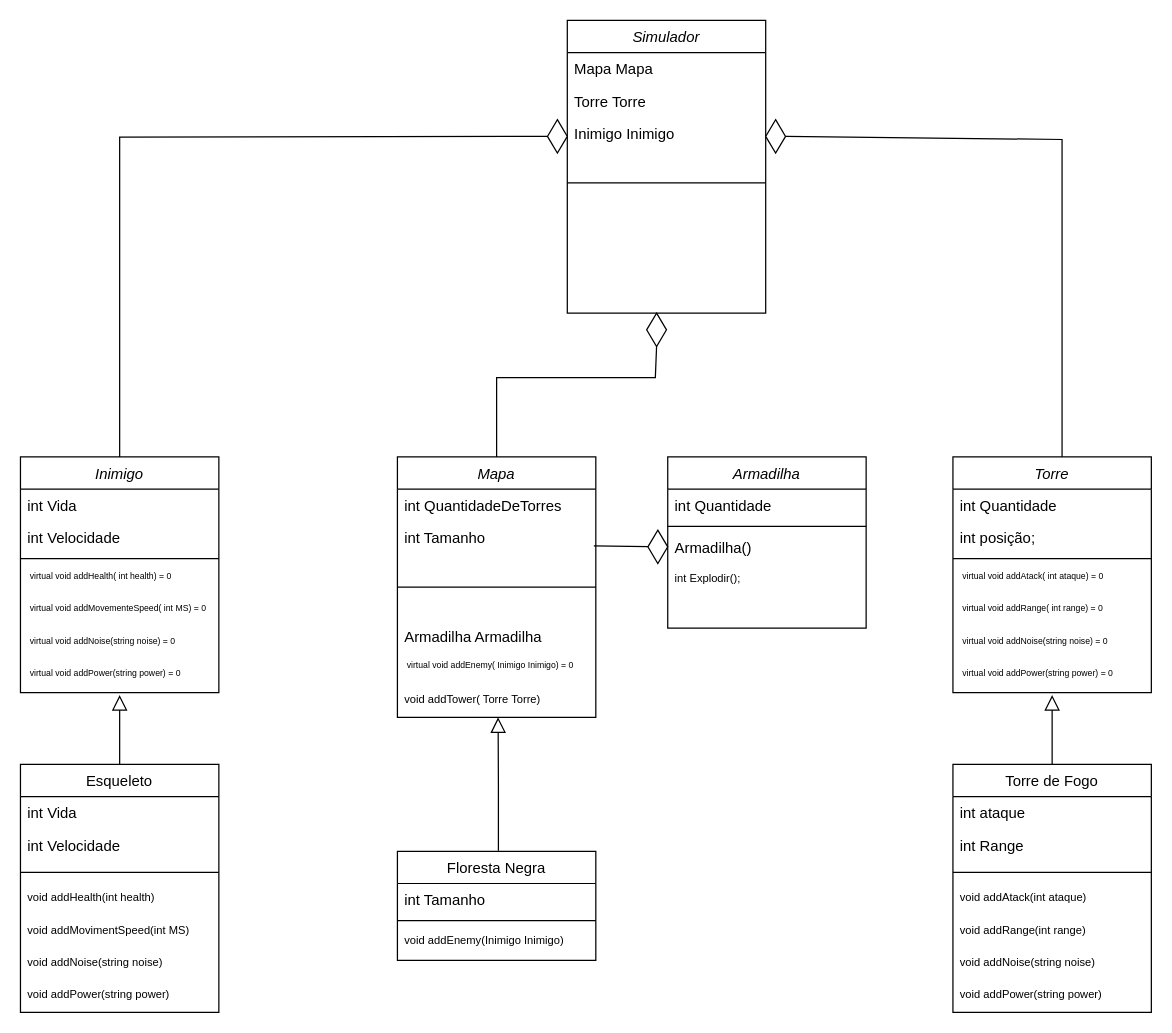
The draw.io diagram Diagrama sem nome.drawio in GabsRMartins/Trabalho-final-PDS2, before the edit. Source tidied: cells renumbered, new cells numbered last; positions are measured from the earlier drawing's top-left corner, leaving out a move shared by most shapes. Both pictures are drawn from the tidied source at 124%, with x=0, y=0 at pixel (20, 20).
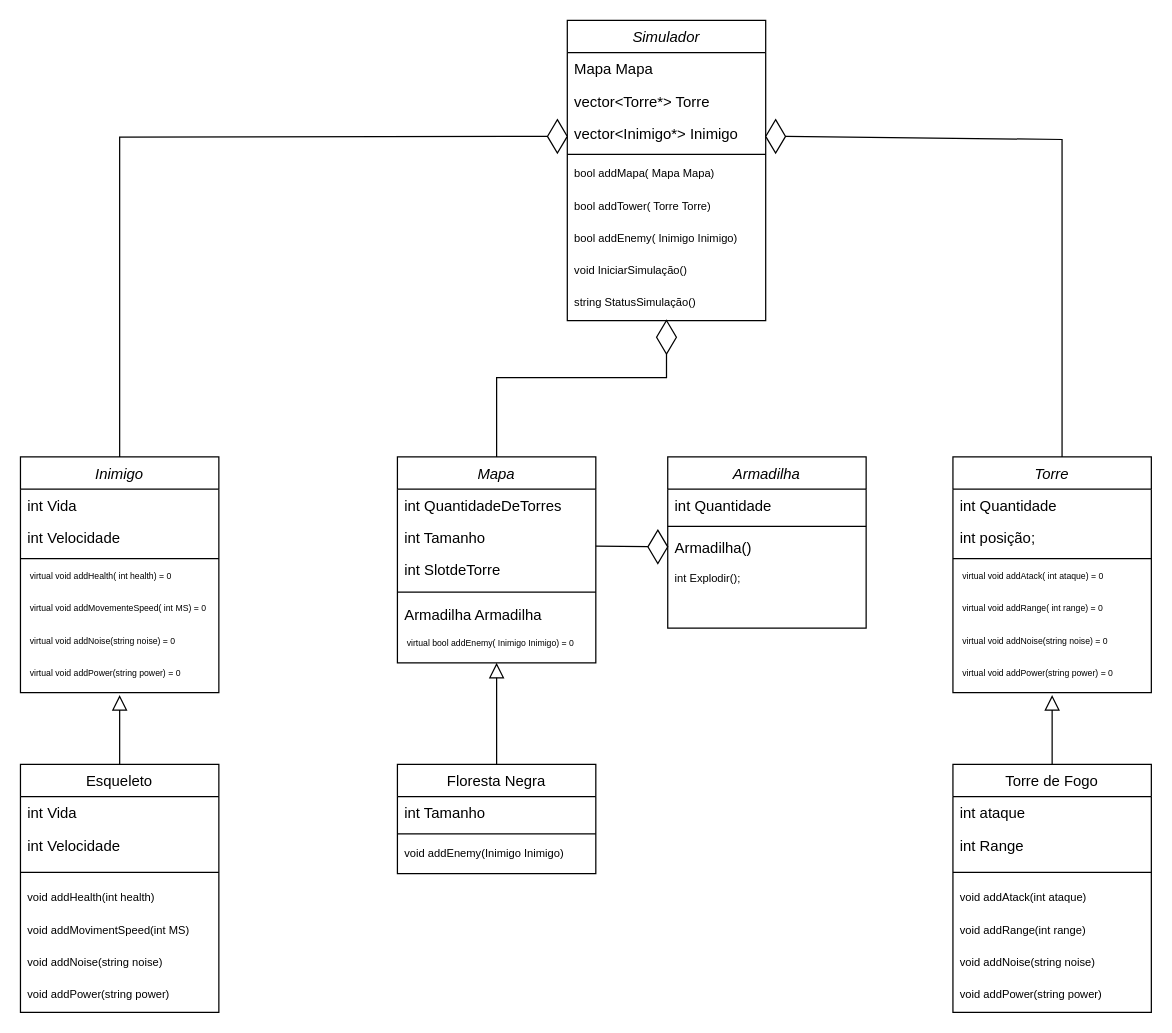
The same page after the edit.

The change refers to these unchanged cells:
```xml
<mxCell id="4" value="int Tamanho" style="text;align=left;verticalAlign=top;spacingLeft=4;spacingRight=4;overflow=hidden;points=[[0,0.5],[1,0.5]];portConstraint=eastwest;" parent="2" vertex="1">
  <mxGeometry y="52" width="160" height="26" as="geometry" />
</mxCell>
<mxCell id="20" style="rhombus;whiteSpace=wrap;html=1;" parent="1" vertex="1">
  <mxGeometry x="506" y="411" width="16" height="27" as="geometry" />
</mxCell>
```

Change to the diagram source:
```diff
@@
     <mxCell id="2" value="Mapa" style="swimlane;fontStyle=2;align=center;verticalAlign=top;horizontal=1;startSize=26;rounded=0;shadow=0;strokeWidth=1;" parent="1" vertex="1">
-      <mxGeometry x="304" y="352" width="160" height="210" as="geometry" />
+      <mxGeometry x="304" y="352" width="160" height="166" as="geometry" />
     </mxCell>
@@
+    <mxCell id="66" value="int SlotdeTorre" style="text;align=left;verticalAlign=top;spacingLeft=4;spacingRight=4;overflow=hidden;" parent="2" vertex="1">
+      <mxGeometry y="78" width="160" height="26" as="geometry" />
+    </mxCell>
     <mxCell id="5" style="line;html=1;strokeWidth=1;align=left;verticalAlign=middle;spacingTop=-1;spacingLeft=3;spacingRight=3;labelPosition=right;" parent="2" vertex="1">
-      <mxGeometry y="78" width="160" height="54" as="geometry" />
+      <mxGeometry y="104" width="160" height="10" as="geometry" />
     </mxCell>
     <mxCell id="6" value="Armadilha Armadilha" style="text;align=left;verticalAlign=top;spacingLeft=4;spacingRight=4;overflow=hidden;" parent="2" vertex="1">
-      <mxGeometry y="132" width="160" height="26" as="geometry" />
+      <mxGeometry y="114" width="160" height="26" as="geometry" />
     </mxCell>
-    <mxCell id="7" value=" virtual void addEnemy( Inimigo Inimigo) = 0" style="text;align=left;verticalAlign=top;spacingLeft=4;spacingRight=4;overflow=hidden;fontSize=7;" parent="2" vertex="1">
-      <mxGeometry y="158" width="160" height="26" as="geometry" />
+    <mxCell id="7" value=" virtual bool addEnemy( Inimigo Inimigo) = 0" style="text;align=left;verticalAlign=top;spacingLeft=4;spacingRight=4;overflow=hidden;fontSize=7;" parent="2" vertex="1">
+      <mxGeometry y="140" width="160" height="26" as="geometry" />
     </mxCell>
-    <mxCell id="8" value="void addTower( Torre Torre)" style="text;align=left;verticalAlign=top;spacingLeft=4;spacingRight=4;overflow=hidden;fontSize=9;" parent="2" vertex="1">
-      <mxGeometry y="184" width="160" height="26" as="geometry" />
-    </mxCell>
     <mxCell id="9" value="Floresta Negra" style="swimlane;fontStyle=0;align=center;verticalAlign=top;horizontal=1;startSize=26;rounded=0;shadow=0;strokeWidth=1;" parent="1" vertex="1">
-      <mxGeometry x="304" y="670" width="160" height="88" as="geometry" />
+      <mxGeometry x="304" y="600" width="160" height="88" as="geometry" />
     </mxCell>
@@
-    <mxCell id="13" style="endArrow=block;endSize=10;endFill=0;shadow=0;strokeWidth=1;rounded=0;curved=0;edgeStyle=elbowEdgeStyle;elbow=vertical;exitX=0.509;exitY=-0.004;exitDx=0;exitDy=0;exitPerimeter=0;" parent="1" edge="1" source="9">
+    <mxCell id="13" style="endArrow=block;endSize=10;endFill=0;shadow=0;strokeWidth=1;rounded=0;curved=0;edgeStyle=elbowEdgeStyle;elbow=horizontal;entryX=0.5;entryY=1;entryDx=0;entryDy=0;" parent="1" edge="1" target="2">
       <mxGeometry relative="1" as="geometry">
-        <mxPoint x="385.2" y="562" as="targetPoint" />
+        <mxPoint x="384" y="600" as="sourcePoint" />
       </mxGeometry>
     </mxCell>
-    <mxCell id="14" style="endArrow=none;html=1;rounded=0;exitX=0.99;exitY=0.756;exitDx=0;exitDy=0;exitPerimeter=0;" parent="1" edge="1" source="4" target="20">
-      <mxGeometry relative="1" as="geometry" />
+    <mxCell id="14" style="endArrow=none;html=1;rounded=0;" parent="1" edge="1" target="20">
+      <mxGeometry relative="1" as="geometry">
+        <mxPoint x="464" y="424" as="sourcePoint" />
+      </mxGeometry>
     </mxCell>
@@
     <mxCell id="55" value="Simulador" style="swimlane;fontStyle=2;align=center;verticalAlign=top;horizontal=1;startSize=26;rounded=0;shadow=0;strokeWidth=1;" parent="1" vertex="1">
-      <mxGeometry x="441" width="160" height="236" as="geometry" />
+      <mxGeometry x="441" width="160" height="242" as="geometry" />
     </mxCell>
@@
-    <mxCell id="57" value="Torre Torre" style="text;align=left;verticalAlign=top;spacingLeft=4;spacingRight=4;overflow=hidden;" parent="55" vertex="1">
+    <mxCell id="57" value="vector&lt;Torre*&gt; Torre" style="text;align=left;verticalAlign=top;spacingLeft=4;spacingRight=4;overflow=hidden;" parent="55" vertex="1">
       <mxGeometry y="52" width="160" height="26" as="geometry" />
     </mxCell>
-    <mxCell id="58" value="Inimigo Inimigo" style="text;align=left;verticalAlign=top;spacingLeft=4;spacingRight=4;overflow=hidden;" parent="55" vertex="1">
+    <mxCell id="58" value="vector&lt;Inimigo*&gt; Inimigo" style="text;align=left;verticalAlign=top;spacingLeft=4;spacingRight=4;overflow=hidden;" parent="55" vertex="1">
       <mxGeometry y="78" width="160" height="26" as="geometry" />
     </mxCell>
     <mxCell id="59" style="line;html=1;strokeWidth=1;align=left;verticalAlign=middle;spacingTop=-1;spacingLeft=3;spacingRight=3;labelPosition=right;" parent="55" vertex="1">
-      <mxGeometry y="104" width="160" height="54" as="geometry" />
+      <mxGeometry y="104" width="160" height="8" as="geometry" />
     </mxCell>
+    <mxCell id="67" value="bool addMapa( Mapa Mapa)" style="text;align=left;verticalAlign=top;spacingLeft=4;spacingRight=4;overflow=hidden;fontSize=9;" parent="55" vertex="1">
+      <mxGeometry y="112" width="160" height="26" as="geometry" />
+    </mxCell>
+    <mxCell id="8" value="bool addTower( Torre Torre)" style="text;align=left;verticalAlign=top;spacingLeft=4;spacingRight=4;overflow=hidden;fontSize=9;" parent="55" vertex="1">
+      <mxGeometry y="138" width="160" height="26" as="geometry" />
+    </mxCell>
+    <mxCell id="68" value="bool addEnemy( Inimigo Inimigo)" style="text;align=left;verticalAlign=top;spacingLeft=4;spacingRight=4;overflow=hidden;fontSize=9;" parent="55" vertex="1">
+      <mxGeometry y="164" width="160" height="26" as="geometry" />
+    </mxCell>
+    <mxCell id="69" value="void IniciarSimulação()" style="text;align=left;verticalAlign=top;spacingLeft=4;spacingRight=4;overflow=hidden;fontSize=9;" parent="55" vertex="1">
+      <mxGeometry y="190" width="160" height="26" as="geometry" />
+    </mxCell>
+    <mxCell id="70" value="string StatusSimulação()" style="text;align=left;verticalAlign=top;spacingLeft=4;spacingRight=4;overflow=hidden;fontSize=9;" parent="55" vertex="1">
+      <mxGeometry y="216" width="160" height="26" as="geometry" />
+    </mxCell>
     <mxCell id="60" style="rhombus;whiteSpace=wrap;html=1;" parent="1" vertex="1">
-      <mxGeometry x="505" y="236" width="16" height="27" as="geometry" />
+      <mxGeometry x="513" y="242" width="16" height="27" as="geometry" />
     </mxCell>
@@
     <mxCell id="65" style="endArrow=none;html=1;rounded=0;exitX=0.5;exitY=0;exitDx=0;exitDy=0;entryX=0.5;entryY=1;entryDx=0;entryDy=0;" parent="1" edge="1" source="2" target="60">
       <mxGeometry relative="1" as="geometry">
         <Array as="points">
           <mxPoint x="384" y="288" />
-          <mxPoint x="512" y="288" />
+          <mxPoint x="521" y="288" />
         </Array>
       </mxGeometry>
     </mxCell>
```
